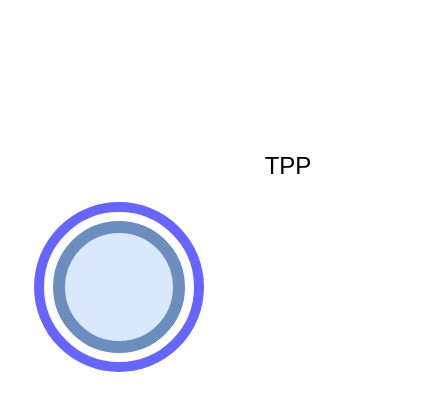
Earlier version of the draw.io diagram Untitled Diagram.drawio (Moustov/sw-craftsmanship-map). Source tidied: cells renumbered, new cells numbered last; positions are measured from the earlier drawing's top-left corner, leaving out a move shared by most shapes. Both pictures are drawn from the tidied source at 200%, with x=0, y=0 at pixel (38, 146).
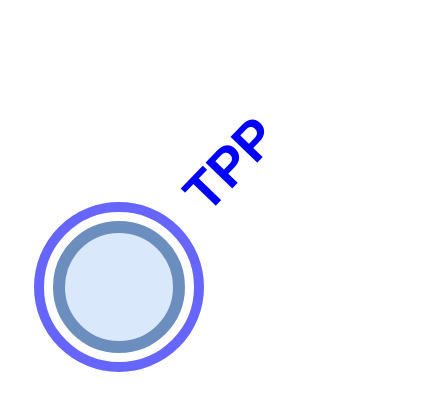
The same page after the edit.

Diff of the diagram source:
```diff
@@
 <mxGraphModel>
   <root>
     <mxCell id="0" />
     <mxCell id="1" parent="0" />
     <mxCell id="2" style="group;" parent="1" vertex="1">
       <mxGeometry y="30" width="80" height="80" as="geometry" />
     </mxCell>
     <mxCell id="3" style="ellipse;whiteSpace=wrap;html=1;" parent="2" vertex="1">
       <mxGeometry width="80" height="80" as="geometry" />
     </mxCell>
     <mxCell id="4" style="ellipse;whiteSpace=wrap;html=1;strokeWidth=5;strokeColor=#6666FF;" parent="2" vertex="1">
       <mxGeometry width="80" height="80" as="geometry" />
     </mxCell>
     <mxCell id="5" style="ellipse;whiteSpace=wrap;html=1;strokeWidth=6;fillColor=#dae8fc;strokeColor=#6c8ebf;" parent="2" vertex="1">
       <mxGeometry x="10" y="10" width="60" height="60" as="geometry" />
     </mxCell>
-    <mxCell id="6" value="TPP" style="text;html=1;strokeColor=none;fillColor=none;align=center;verticalAlign=middle;whiteSpace=wrap;rounded=0;" parent="1" vertex="1">
-      <mxGeometry x="70" width="110" height="20" as="geometry" />
+    <mxCell id="6" value="TPP" style="text;html=1;strokeColor=none;fillColor=none;align=left;verticalAlign=middle;whiteSpace=wrap;rounded=0;rotation=-46;fontSize=27;fontColor=#0000FF;fontStyle=1;" parent="1" vertex="1">
+      <mxGeometry x="60" y="-20" width="110" height="20" as="geometry" />
     </mxCell>
   </root>
 </mxGraphModel>
```
